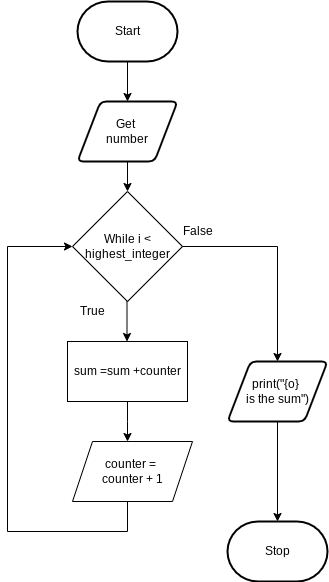
Huzaifa-Khalid-2/ICS3U-Unit4-01-Python keeps this draw.io diagram as flowchart.png. Above is the earlier version. Source tidied: cells renumbered, new cells last; positions are measured from the earlier drawing's top-left corner, leaving out a move shared by most shapes. Source of this version:
```xml
<mxGraphModel>
  <root>
    <mxCell id="0" />
    <mxCell id="1" parent="0" />
    <mxCell id="2" style="edgeStyle=none;html=1;" parent="1" edge="1" source="3" target="5">
      <mxGeometry relative="1" as="geometry" />
    </mxCell>
    <mxCell id="3" value="Start" style="strokeWidth=2;html=1;shape=mxgraph.flowchart.terminator;whiteSpace=wrap;" parent="1" vertex="1">
      <mxGeometry x="70" width="100" height="60" as="geometry" />
    </mxCell>
    <mxCell id="4" style="edgeStyle=none;html=1;" parent="1" edge="1" source="5">
      <mxGeometry relative="1" as="geometry">
        <mxPoint x="120" y="190" as="targetPoint" />
      </mxGeometry>
    </mxCell>
    <mxCell id="5" value="Get &lt;br&gt;number" style="shape=parallelogram;html=1;strokeWidth=2;perimeter=parallelogramPerimeter;whiteSpace=wrap;rounded=1;arcSize=12;size=0.23;" parent="1" vertex="1">
      <mxGeometry x="70" y="100" width="100" height="60" as="geometry" />
    </mxCell>
    <mxCell id="6" style="edgeStyle=none;html=1;" parent="1" edge="1" source="7" target="8">
      <mxGeometry relative="1" as="geometry" />
    </mxCell>
    <mxCell id="7" value="print(&quot;{o} &lt;br&gt;is the sum&quot;)" style="shape=parallelogram;html=1;strokeWidth=2;perimeter=parallelogramPerimeter;whiteSpace=wrap;rounded=1;arcSize=12;size=0.23;" parent="1" vertex="1">
      <mxGeometry x="220" y="360" width="100" height="60" as="geometry" />
    </mxCell>
    <mxCell id="8" value="Stop" style="strokeWidth=2;html=1;shape=mxgraph.flowchart.terminator;whiteSpace=wrap;" parent="1" vertex="1">
      <mxGeometry x="220" y="520" width="100" height="60" as="geometry" />
    </mxCell>
    <mxCell id="9" value="While i &amp;lt; highest_integer" style="rhombus;whiteSpace=wrap;html=1;" parent="1" vertex="1">
      <mxGeometry x="65" y="190" width="110" height="110" as="geometry" />
    </mxCell>
    <mxCell id="10" style="edgeStyle=none;html=1;" parent="1" edge="1">
      <mxGeometry relative="1" as="geometry">
        <mxPoint x="119.5" y="300" as="sourcePoint" />
        <mxPoint x="119.5" y="340" as="targetPoint" />
      </mxGeometry>
    </mxCell>
    <mxCell id="11" style="edgeStyle=elbowEdgeStyle;html=1;elbow=vertical;entryX=0.5;entryY=0;entryDx=0;entryDy=0;rounded=0;exitX=1;exitY=0.5;exitDx=0;exitDy=0;" parent="1" edge="1" source="9" target="7">
      <mxGeometry relative="1" as="geometry">
        <Array as="points">
          <mxPoint x="220" y="245" />
        </Array>
      </mxGeometry>
    </mxCell>
    <mxCell id="12" style="edgeStyle=elbowEdgeStyle;rounded=0;elbow=vertical;html=1;" parent="1" edge="1" source="13">
      <mxGeometry relative="1" as="geometry">
        <mxPoint x="120" y="440" as="targetPoint" />
      </mxGeometry>
    </mxCell>
    <mxCell id="13" value="&lt;span&gt;sum =sum +counter&lt;/span&gt;" style="rounded=0;whiteSpace=wrap;html=1;" parent="1" vertex="1">
      <mxGeometry x="60" y="340" width="120" height="60" as="geometry" />
    </mxCell>
    <mxCell id="14" style="edgeStyle=orthogonalEdgeStyle;rounded=0;html=1;entryX=0;entryY=0.5;entryDx=0;entryDy=0;" parent="1" edge="1" source="15" target="9">
      <mxGeometry relative="1" as="geometry">
        <Array as="points">
          <mxPoint x="120" y="530" />
          <mxPoint y="530" />
          <mxPoint y="245" />
        </Array>
      </mxGeometry>
    </mxCell>
    <mxCell id="15" value="counter = &lt;br&gt;counter + 1" style="shape=parallelogram;perimeter=parallelogramPerimeter;whiteSpace=wrap;html=1;fixedSize=1;" parent="1" vertex="1">
      <mxGeometry x="65" y="440" width="120" height="60" as="geometry" />
    </mxCell>
    <mxCell id="16" value="False" style="text;html=1;align=center;verticalAlign=middle;strokeColor=none;fillColor=none;" parent="1" vertex="1">
      <mxGeometry x="165" y="220" width="50" height="20" as="geometry" />
    </mxCell>
    <mxCell id="17" value="True" style="text;html=1;align=center;verticalAlign=middle;strokeColor=none;fillColor=none;" parent="1" vertex="1">
      <mxGeometry x="65" y="300" width="40" height="20" as="geometry" />
    </mxCell>
  </root>
</mxGraphModel>
```
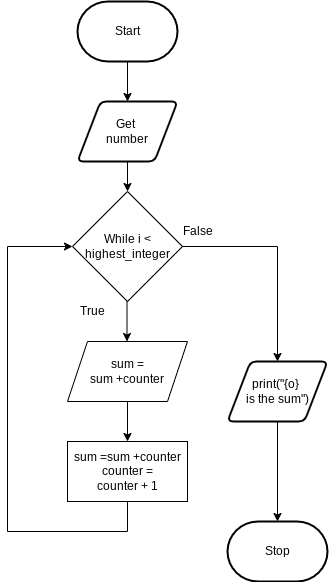
After the commit.

Change to the diagram source:
```diff
@@ -41,16 +41,12 @@
         </Array>
       </mxGeometry>
     </mxCell>
-    <mxCell id="12" style="edgeStyle=elbowEdgeStyle;rounded=0;elbow=vertical;html=1;" parent="1" edge="1" source="13">
-      <mxGeometry relative="1" as="geometry">
-        <mxPoint x="120" y="440" as="targetPoint" />
-      </mxGeometry>
-    </mxCell>
-    <mxCell id="13" value="&lt;span&gt;sum =sum +counter&lt;/span&gt;" style="rounded=0;whiteSpace=wrap;html=1;" parent="1" vertex="1">
-      <mxGeometry x="60" y="340" width="120" height="60" as="geometry" />
+    <mxCell id="13" value="&lt;span&gt;sum =sum +counter&lt;br&gt;&lt;/span&gt;counter =&lt;br&gt;counter + 1&lt;span&gt;&lt;br&gt;&lt;/span&gt;" style="rounded=0;whiteSpace=wrap;html=1;" parent="1" vertex="1">
+      <mxGeometry x="60" y="440" width="120" height="60" as="geometry" />
     </mxCell>
-    <mxCell id="14" style="edgeStyle=orthogonalEdgeStyle;rounded=0;html=1;entryX=0;entryY=0.5;entryDx=0;entryDy=0;" parent="1" edge="1" source="15" target="9">
+    <mxCell id="14" style="edgeStyle=orthogonalEdgeStyle;rounded=0;html=1;entryX=0;entryY=0.5;entryDx=0;entryDy=0;" parent="1" edge="1" target="9">
       <mxGeometry relative="1" as="geometry">
+        <mxPoint x="120" y="500" as="sourcePoint" />
         <Array as="points">
           <mxPoint x="120" y="530" />
           <mxPoint y="530" />
@@ -58,14 +54,17 @@
         </Array>
       </mxGeometry>
     </mxCell>
-    <mxCell id="15" value="counter = &lt;br&gt;counter + 1" style="shape=parallelogram;perimeter=parallelogramPerimeter;whiteSpace=wrap;html=1;fixedSize=1;" parent="1" vertex="1">
-      <mxGeometry x="65" y="440" width="120" height="60" as="geometry" />
-    </mxCell>
     <mxCell id="16" value="False" style="text;html=1;align=center;verticalAlign=middle;strokeColor=none;fillColor=none;" parent="1" vertex="1">
       <mxGeometry x="165" y="220" width="50" height="20" as="geometry" />
     </mxCell>
     <mxCell id="17" value="True" style="text;html=1;align=center;verticalAlign=middle;strokeColor=none;fillColor=none;" parent="1" vertex="1">
       <mxGeometry x="65" y="300" width="40" height="20" as="geometry" />
     </mxCell>
+    <mxCell id="18" style="edgeStyle=orthogonalEdgeStyle;rounded=0;html=1;" parent="1" edge="1" source="19" target="13">
+      <mxGeometry relative="1" as="geometry" />
+    </mxCell>
+    <mxCell id="19" value="sum =&lt;br&gt;sum +counter" style="shape=parallelogram;perimeter=parallelogramPerimeter;whiteSpace=wrap;html=1;fixedSize=1;" parent="1" vertex="1">
+      <mxGeometry x="60" y="340" width="120" height="60" as="geometry" />
+    </mxCell>
   </root>
 </mxGraphModel>
```
